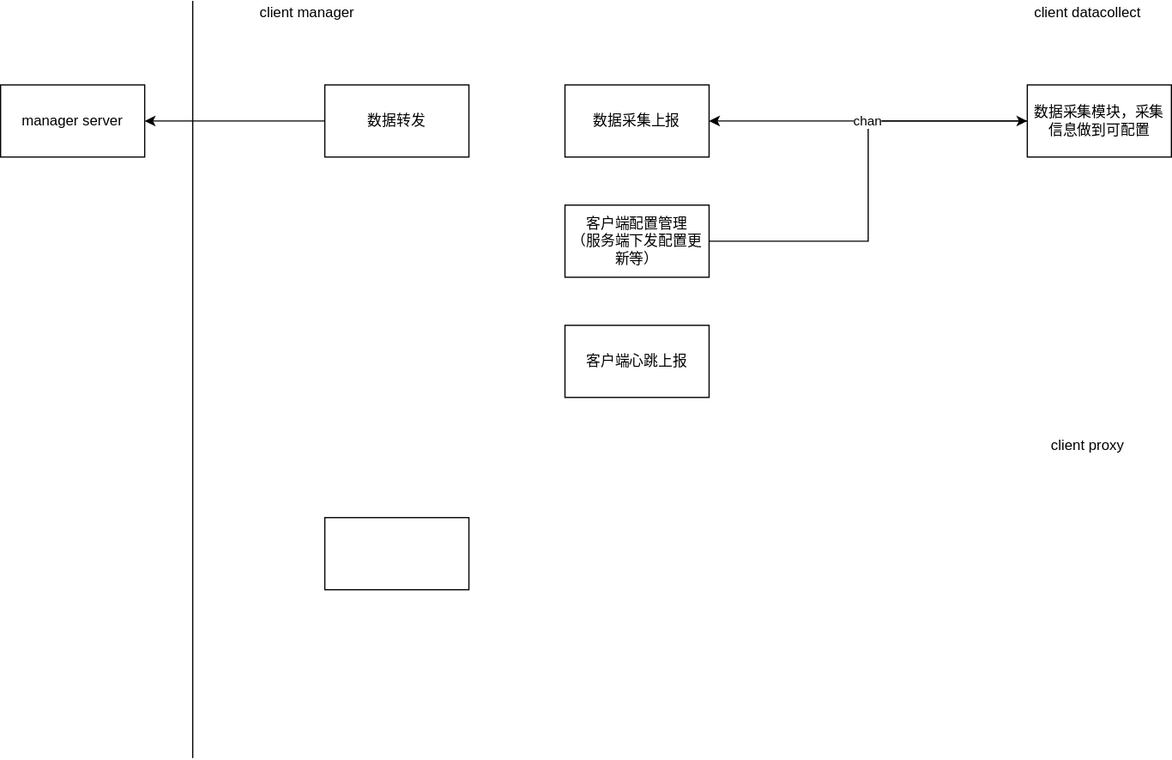
c17abab/diag_pics keeps this draw.io diagram as tc_客户端模块设计.svg. Above is the earlier version. Source tidied: cells renumbered, new cells last; positions are measured from the earlier drawing's top-left corner, leaving out a move shared by most shapes.
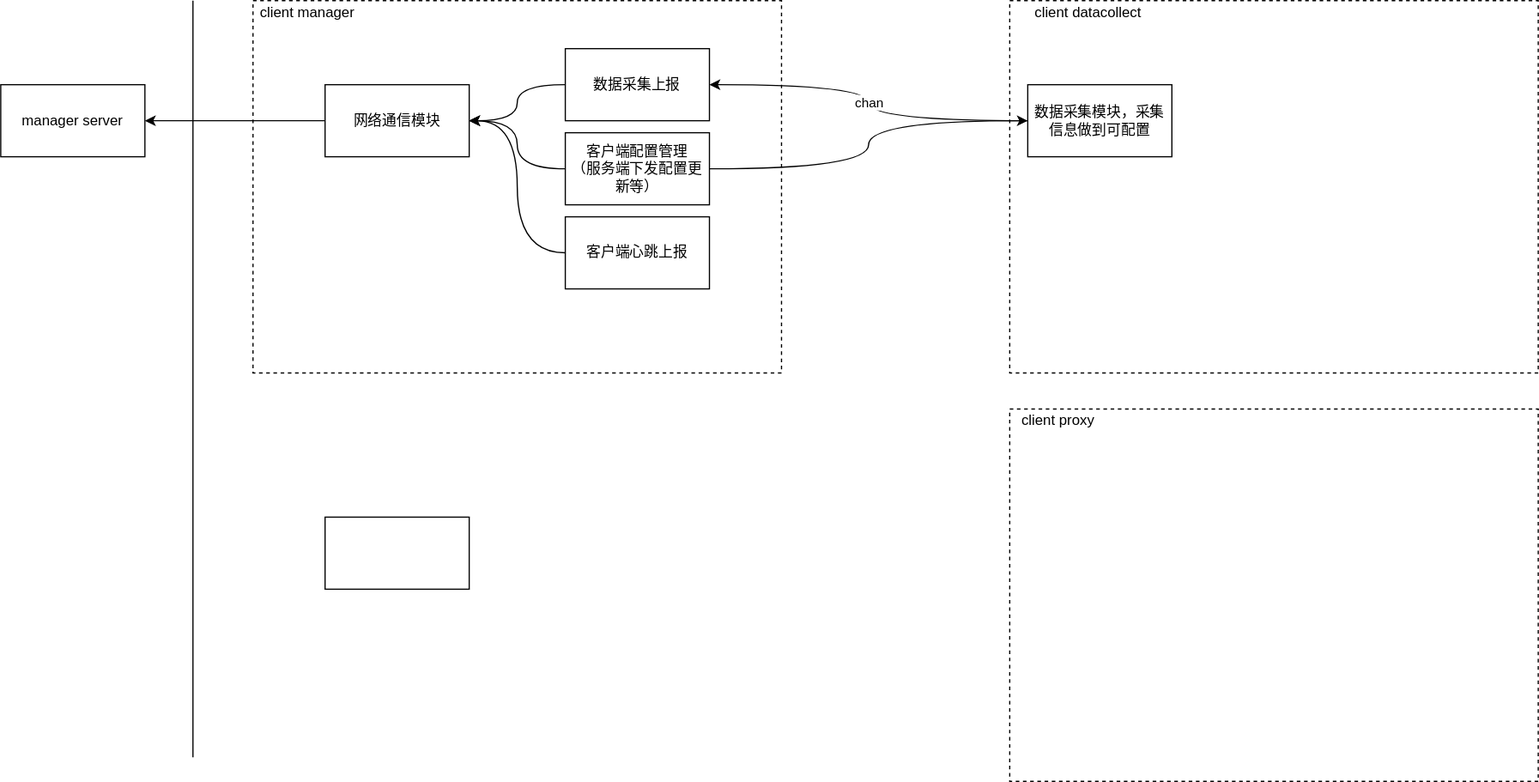
The same diagram one commit later.

Commit message:
更新tc_客户端模块设计.svg

Diff of the diagram source:
```diff
@@ -2,6 +2,9 @@
   <root>
     <mxCell id="0" />
     <mxCell id="1" parent="0" />
+    <mxCell id="16" style="rounded=0;whiteSpace=wrap;html=1;dashed=1;fillColor=none;" parent="1" vertex="1">
+      <mxGeometry x="210" width="440" height="310" as="geometry" />
+    </mxCell>
     <mxCell id="2" style="edgeStyle=orthogonalEdgeStyle;rounded=0;jettySize=auto;html=1;" parent="1" edge="1" target="12">
       <mxGeometry relative="1" as="geometry">
         <mxPoint x="270" y="100" as="sourcePoint" />
@@ -10,14 +13,20 @@
     <mxCell id="3" value="client manager" style="text;html=1;align=center;verticalAlign=middle;fillColor=none;strokeColor=none;rounded=0;" parent="1" vertex="1">
       <mxGeometry x="210" width="90" height="20" as="geometry" />
     </mxCell>
+    <mxCell id="17" style="edgeStyle=orthogonalEdgeStyle;curved=1;rounded=0;jettySize=auto;html=1;exitX=0;exitY=0.5;exitDx=0;exitDy=0;entryX=1;entryY=0.5;entryDx=0;entryDy=0;" parent="1" edge="1" source="4" target="15">
+      <mxGeometry relative="1" as="geometry" />
+    </mxCell>
     <mxCell id="4" value="数据采集上报" style="rounded=0;whiteSpace=wrap;html=1;" parent="1" vertex="1">
-      <mxGeometry x="470" y="70" width="120" height="60" as="geometry" />
+      <mxGeometry x="470" y="40" width="120" height="60" as="geometry" />
     </mxCell>
-    <mxCell id="5" style="edgeStyle=orthogonalEdgeStyle;rounded=0;jettySize=auto;html=1;entryX=0;entryY=0.5;entryDx=0;entryDy=0;" parent="1" edge="1" source="6" target="10">
+    <mxCell id="5" style="edgeStyle=orthogonalEdgeStyle;rounded=0;jettySize=auto;html=1;entryX=0;entryY=0.5;entryDx=0;entryDy=0;curved=1;" parent="1" edge="1" source="6" target="10">
       <mxGeometry relative="1" as="geometry" />
     </mxCell>
+    <mxCell id="18" style="edgeStyle=orthogonalEdgeStyle;curved=1;rounded=0;jettySize=auto;html=1;entryX=1;entryY=0.5;entryDx=0;entryDy=0;" parent="1" edge="1" source="6" target="15">
+      <mxGeometry relative="1" as="geometry" />
+    </mxCell>
     <mxCell id="6" value="客户端配置管理&lt;br&gt;（服务端下发配置更新等）" style="rounded=0;whiteSpace=wrap;html=1;" parent="1" vertex="1">
-      <mxGeometry x="470" y="170" width="120" height="60" as="geometry" />
+      <mxGeometry x="470" y="110" width="120" height="60" as="geometry" />
     </mxCell>
     <mxCell id="7" style="rounded=0;whiteSpace=wrap;html=1;" parent="1" vertex="1">
       <mxGeometry x="270" y="430" width="120" height="60" as="geometry" />
@@ -25,14 +34,14 @@
     <mxCell id="8" value="client datacollect" style="text;html=1;align=center;verticalAlign=middle;fillColor=none;strokeColor=none;rounded=0;" parent="1" vertex="1">
       <mxGeometry x="855" width="100" height="20" as="geometry" />
     </mxCell>
-    <mxCell id="9" value="chan" style="edgeStyle=orthogonalEdgeStyle;rounded=0;jettySize=auto;html=1;entryX=1;entryY=0.5;entryDx=0;entryDy=0;" parent="1" edge="1" source="10" target="4">
+    <mxCell id="9" value="chan" style="edgeStyle=orthogonalEdgeStyle;rounded=0;jettySize=auto;html=1;entryX=1;entryY=0.5;entryDx=0;entryDy=0;curved=1;" parent="1" edge="1" source="10" target="4">
       <mxGeometry relative="1" as="geometry" />
     </mxCell>
     <mxCell id="10" value="数据采集模块，采集信息做到可配置" style="rounded=0;whiteSpace=wrap;html=1;" parent="1" vertex="1">
       <mxGeometry x="855" y="70" width="120" height="60" as="geometry" />
     </mxCell>
     <mxCell id="11" value="client proxy" style="text;html=1;align=center;verticalAlign=middle;fillColor=none;strokeColor=none;rounded=0;" parent="1" vertex="1">
-      <mxGeometry x="865" y="360" width="80" height="20" as="geometry" />
+      <mxGeometry x="840" y="340" width="80" height="20" as="geometry" />
     </mxCell>
     <mxCell id="12" value="manager server" style="whiteSpace=wrap;html=1;rounded=0;" parent="1" vertex="1">
       <mxGeometry y="70" width="120" height="60" as="geometry" />
@@ -43,11 +52,20 @@
         <mxPoint x="160" as="targetPoint" />
       </mxGeometry>
     </mxCell>
+    <mxCell id="19" style="edgeStyle=orthogonalEdgeStyle;curved=1;rounded=0;jettySize=auto;html=1;exitX=0;exitY=0.5;exitDx=0;exitDy=0;entryX=1;entryY=0.5;entryDx=0;entryDy=0;" parent="1" edge="1" source="14" target="15">
+      <mxGeometry relative="1" as="geometry" />
+    </mxCell>
     <mxCell id="14" value="客户端心跳上报" style="rounded=0;whiteSpace=wrap;html=1;" parent="1" vertex="1">
-      <mxGeometry x="470" y="270" width="120" height="60" as="geometry" />
+      <mxGeometry x="470" y="180" width="120" height="60" as="geometry" />
     </mxCell>
-    <mxCell id="15" value="数据转发" style="rounded=0;whiteSpace=wrap;html=1;" parent="1" vertex="1">
+    <mxCell id="15" value="网络通信模块" style="rounded=0;whiteSpace=wrap;html=1;" parent="1" vertex="1">
       <mxGeometry x="270" y="70" width="120" height="60" as="geometry" />
     </mxCell>
+    <mxCell id="20" style="rounded=0;whiteSpace=wrap;html=1;dashed=1;fillColor=none;" parent="1" vertex="1">
+      <mxGeometry x="840" width="440" height="310" as="geometry" />
+    </mxCell>
+    <mxCell id="21" style="rounded=0;whiteSpace=wrap;html=1;dashed=1;fillColor=none;" parent="1" vertex="1">
+      <mxGeometry x="840" y="340" width="440" height="310" as="geometry" />
+    </mxCell>
   </root>
 </mxGraphModel>
```
